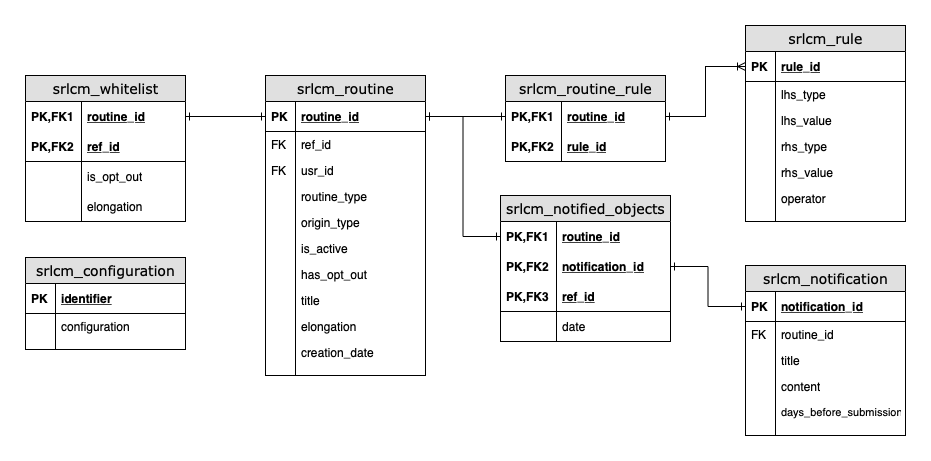
Earlier version of the draw.io export docs/ERD.drawio.png (srsolutionsag/SrLifeCycleManager). Source tidied: cells renumbered, new cells last; positions are measured from the earlier drawing's top-left corner, leaving out a move shared by most shapes.
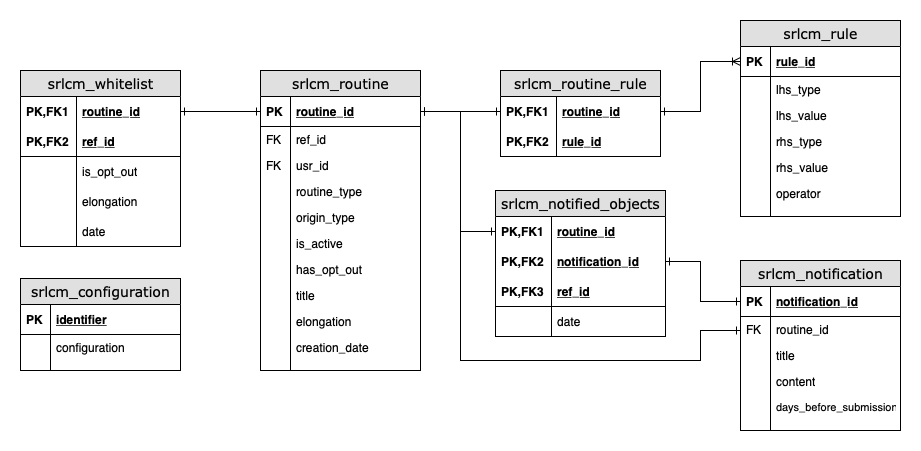
After the commit.

The edit, as a diff of the source:
```diff
@@ -177,7 +177,7 @@
       <mxGeometry width="30" height="10" as="geometry" />
     </mxCell>
     <mxCell id="60" value="srlcm_whitelist" style="swimlane;html=1;fontStyle=0;horizontal=1;startSize=26;fillColor=#e0e0e0;swimlaneFillColor=#ffffff;align=center;rounded=0;shadow=0;comic=0;labelBackgroundColor=none;strokeWidth=1;fontFamily=Verdana;fontSize=14;" parent="1" vertex="1">
-      <mxGeometry y="50" width="160" height="146" as="geometry" />
+      <mxGeometry y="50" width="160" height="176" as="geometry" />
     </mxCell>
     <mxCell id="61" value="routine_id" style="shape=partialRectangle;top=0;left=0;right=0;bottom=0;html=1;align=left;verticalAlign=middle;fillColor=none;spacingLeft=60;spacingRight=4;whiteSpace=wrap;overflow=hidden;points=[[0,0.5],[1,0.5]];portConstraint=eastwest;fontStyle=5;" parent="60" vertex="1">
       <mxGeometry y="26" width="160" height="30" as="geometry" />
@@ -197,8 +197,14 @@
     <mxCell id="66" style="shape=partialRectangle;fontStyle=1;top=0;left=0;bottom=0;html=1;fillColor=none;align=left;verticalAlign=middle;spacingLeft=4;spacingRight=4;whiteSpace=wrap;overflow=hidden;" parent="65" vertex="1">
       <mxGeometry width="56" height="30" as="geometry" />
     </mxCell>
+    <mxCell id="88" value="elongation" style="shape=partialRectangle;top=0;left=0;right=0;bottom=1;html=1;align=left;verticalAlign=middle;fillColor=none;spacingLeft=60;spacingRight=4;whiteSpace=wrap;overflow=hidden;fontStyle=0;strokeColor=none;" parent="60" vertex="1">
+      <mxGeometry y="116" width="160" height="30" as="geometry" />
+    </mxCell>
+    <mxCell id="89" style="shape=partialRectangle;fontStyle=1;top=0;left=0;bottom=0;html=1;fillColor=none;align=left;verticalAlign=middle;spacingLeft=4;spacingRight=4;whiteSpace=wrap;overflow=hidden;" parent="88" vertex="1">
+      <mxGeometry width="56" height="30" as="geometry" />
+    </mxCell>
-    <mxCell id="67" value="elongation" style="shape=partialRectangle;top=0;left=0;right=0;bottom=1;html=1;align=left;verticalAlign=middle;fillColor=none;spacingLeft=60;spacingRight=4;whiteSpace=wrap;overflow=hidden;fontStyle=0;strokeColor=none;" parent="60" vertex="1">
-      <mxGeometry y="116" width="160" height="30" as="geometry" />
+    <mxCell id="67" value="date" style="shape=partialRectangle;top=0;left=0;right=0;bottom=1;html=1;align=left;verticalAlign=middle;fillColor=none;spacingLeft=60;spacingRight=4;whiteSpace=wrap;overflow=hidden;fontStyle=0;strokeColor=none;" parent="60" vertex="1">
+      <mxGeometry y="146" width="160" height="30" as="geometry" />
     </mxCell>
     <mxCell id="68" style="shape=partialRectangle;fontStyle=1;top=0;left=0;bottom=0;html=1;fillColor=none;align=left;verticalAlign=middle;spacingLeft=4;spacingRight=4;whiteSpace=wrap;overflow=hidden;" parent="67" vertex="1">
       <mxGeometry width="56" height="30" as="geometry" />
@@ -234,7 +240,7 @@
       <mxGeometry width="56" height="30" as="geometry" />
     </mxCell>
     <mxCell id="79" value="srlcm_configuration" style="swimlane;html=1;fontStyle=0;horizontal=1;startSize=26;fillColor=#e0e0e0;swimlaneFillColor=#ffffff;align=center;rounded=0;shadow=0;comic=0;labelBackgroundColor=none;strokeWidth=1;fontFamily=Verdana;fontSize=14;swimlaneLine=1;" parent="1" vertex="1">
-      <mxGeometry y="232" width="160" height="92" as="geometry" />
+      <mxGeometry y="258" width="160" height="92" as="geometry" />
     </mxCell>
     <mxCell id="80" value="identifier" style="shape=partialRectangle;top=0;left=0;right=0;bottom=1;html=1;align=left;verticalAlign=middle;fillColor=none;spacingLeft=34;spacingRight=4;whiteSpace=wrap;overflow=hidden;fontStyle=5;" parent="79" vertex="1">
       <mxGeometry y="26" width="160" height="30" as="geometry" />
@@ -255,10 +261,32 @@
       <mxGeometry width="30" height="10" as="geometry" />
     </mxCell>
     <mxCell id="86" style="edgeStyle=orthogonalEdgeStyle;rounded=0;jettySize=auto;html=1;exitX=1;exitY=0.5;exitDx=0;exitDy=0;fontSize=11;startArrow=ERone;startFill=0;endArrow=ERone;endFill=0;" parent="1" edge="1" source="3" target="71">
-      <mxGeometry relative="1" as="geometry" />
+      <mxGeometry relative="1" as="geometry">
+        <Array as="points">
+          <mxPoint x="440" y="91" />
+          <mxPoint x="440" y="211" />
+        </Array>
+      </mxGeometry>
     </mxCell>
     <mxCell id="87" style="edgeStyle=orthogonalEdgeStyle;rounded=0;jettySize=auto;html=1;exitX=1;exitY=0.5;exitDx=0;exitDy=0;entryX=0;entryY=0.5;entryDx=0;entryDy=0;fontSize=11;startArrow=ERone;startFill=0;endArrow=ERone;endFill=0;" parent="1" edge="1" source="73" target="48">
-      <mxGeometry relative="1" as="geometry" />
+      <mxGeometry relative="1" as="geometry">
+        <Array as="points">
+          <mxPoint x="680" y="241" />
+          <mxPoint x="680" y="281" />
+        </Array>
+      </mxGeometry>
     </mxCell>
+    <mxCell id="90" style="edgeStyle=orthogonalEdgeStyle;rounded=0;orthogonalLoop=1;jettySize=auto;html=1;exitX=1;exitY=0.5;exitDx=0;exitDy=0;fontSize=11;startArrow=ERone;startFill=0;endArrow=ERone;endFill=0;entryX=0;entryY=0.5;entryDx=0;entryDy=0;" parent="1" edge="1">
+      <mxGeometry relative="1" as="geometry">
+        <mxPoint x="400" y="91" as="sourcePoint" />
+        <mxPoint x="720" y="310" as="targetPoint" />
+        <Array as="points">
+          <mxPoint x="440" y="91" />
+          <mxPoint x="440" y="340" />
+          <mxPoint x="680" y="340" />
+          <mxPoint x="680" y="310" />
+        </Array>
+      </mxGeometry>
+    </mxCell>
   </root>
 </mxGraphModel>
```
